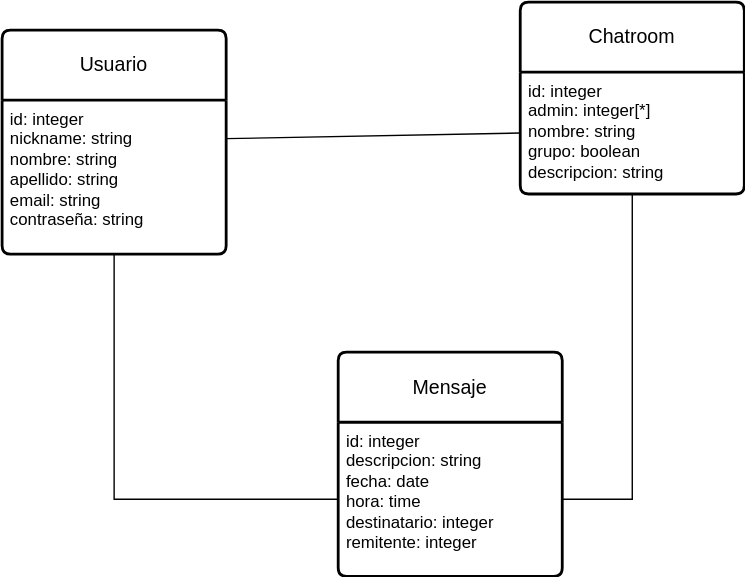
Before: docs/Modelo-Dominio.svg, a diagram exported from draw.io (Megax800/Gallium). Source tidied: cells renumbered, new cells last; positions are measured from the earlier drawing's top-left corner, leaving out a move shared by most shapes.
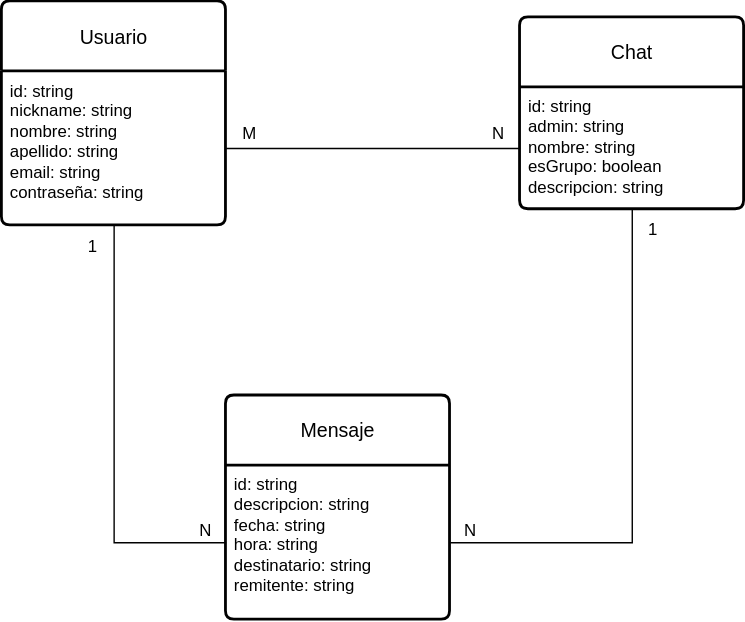
The same diagram one commit later.

Change to the diagram source:
```diff
@@ -3,9 +3,9 @@
     <mxCell id="0" />
     <mxCell id="1" parent="0" />
     <mxCell id="2" value="Usuario" style="swimlane;horizontal=1;startSize=50;rounded=1;fontSize=14;fontStyle=0;strokeWidth=2;shadow=0;dashed=0;align=center;arcSize=4;whiteSpace=wrap;html=1;" parent="1" vertex="1">
-      <mxGeometry y="20" width="160" height="160" as="geometry" />
+      <mxGeometry y="-11.5" width="160" height="160" as="geometry" />
     </mxCell>
-    <mxCell id="3" value="id: integer&lt;br&gt;nickname: string&lt;div&gt;nombre: string&lt;/div&gt;&lt;div&gt;apellido: string&lt;/div&gt;&lt;div&gt;email: string&lt;br&gt;contraseña: string&lt;/div&gt;" style="align=left;strokeColor=none;fillColor=none;spacingLeft=4;spacingRight=4;fontSize=12;verticalAlign=top;html=1;whiteSpace=wrap;" parent="2" vertex="1">
+    <mxCell id="3" value="id: string&lt;br&gt;nickname: string&lt;div&gt;nombre: string&lt;/div&gt;&lt;div&gt;apellido: string&lt;/div&gt;&lt;div&gt;email: string&lt;br&gt;contraseña: string&lt;/div&gt;" style="align=left;strokeColor=none;fillColor=none;spacingLeft=4;spacingRight=4;fontSize=12;verticalAlign=top;html=1;whiteSpace=wrap;" parent="2" vertex="1">
       <mxGeometry y="50" width="160" height="110" as="geometry" />
     </mxCell>
     <mxCell id="4" style="edgeStyle=orthogonalEdgeStyle;rounded=0;orthogonalLoop=1;jettySize=auto;html=1;" parent="1" edge="1">
@@ -14,33 +14,59 @@
       </mxGeometry>
     </mxCell>
     <mxCell id="5" value="Mensaje" style="swimlane;horizontal=1;startSize=50;rounded=1;fontSize=14;fontStyle=0;strokeWidth=2;shadow=0;dashed=0;align=center;arcSize=4;whiteSpace=wrap;html=1;" parent="1" vertex="1">
-      <mxGeometry x="240" y="250" width="160" height="160" as="geometry" />
+      <mxGeometry x="160" y="270" width="160" height="160" as="geometry" />
     </mxCell>
-    <mxCell id="6" value="id: integer&lt;div&gt;descripcion: string&lt;/div&gt;&lt;div&gt;fecha: date&lt;/div&gt;&lt;div&gt;hora: time&lt;/div&gt;&lt;div&gt;destinatario: integer&lt;/div&gt;&lt;div&gt;remitente: integer&lt;/div&gt;" style="align=left;strokeColor=none;fillColor=none;spacingLeft=4;spacingRight=4;fontSize=12;verticalAlign=top;html=1;whiteSpace=wrap;" parent="5" vertex="1">
+    <mxCell id="6" value="id: string&lt;div&gt;descripcion: string&lt;/div&gt;&lt;div&gt;fecha: string&lt;/div&gt;&lt;div&gt;hora: string&lt;/div&gt;&lt;div&gt;destinatario: string&lt;/div&gt;&lt;div&gt;remitente: string&lt;/div&gt;" style="align=left;strokeColor=none;fillColor=none;spacingLeft=4;spacingRight=4;fontSize=12;verticalAlign=top;html=1;whiteSpace=wrap;" parent="5" vertex="1">
       <mxGeometry y="50" width="160" height="110" as="geometry" />
     </mxCell>
-    <mxCell id="7" value="Chatroom" style="swimlane;horizontal=1;startSize=50;rounded=1;fontSize=14;fontStyle=0;strokeWidth=2;shadow=0;dashed=0;align=center;arcSize=4;whiteSpace=wrap;html=1;" parent="1" vertex="1">
+    <mxCell id="7" value="Chat" style="swimlane;horizontal=1;startSize=50;rounded=1;fontSize=14;fontStyle=0;strokeWidth=2;shadow=0;dashed=0;align=center;arcSize=4;whiteSpace=wrap;html=1;" parent="1" vertex="1">
       <mxGeometry x="370" width="160" height="137" as="geometry" />
     </mxCell>
-    <mxCell id="8" value="&lt;div&gt;id: integer&lt;/div&gt;&lt;div&gt;admin: integer[*]&lt;/div&gt;&lt;div&gt;nombre: string&lt;/div&gt;&lt;div&gt;grupo: boolean&lt;/div&gt;&lt;div&gt;descripcion: string&lt;/div&gt;" style="align=left;strokeColor=none;fillColor=none;spacingLeft=4;spacingRight=4;fontSize=12;verticalAlign=top;html=1;whiteSpace=wrap;" parent="7" vertex="1">
+    <mxCell id="8" value="&lt;div&gt;id: string&lt;/div&gt;&lt;div&gt;admin: string&lt;/div&gt;&lt;div&gt;nombre: string&lt;/div&gt;&lt;div&gt;esGrupo: boolean&lt;/div&gt;&lt;div&gt;descripcion: string&lt;/div&gt;" style="align=left;strokeColor=none;fillColor=none;spacingLeft=4;spacingRight=4;fontSize=12;verticalAlign=top;html=1;whiteSpace=wrap;" parent="7" vertex="1">
       <mxGeometry y="50" width="160" height="87" as="geometry" />
     </mxCell>
-    <mxCell id="9" style="endArrow=none;html=1;rounded=0;entryX=0;entryY=0.5;entryDx=0;entryDy=0;exitX=1;exitY=0.25;exitDx=0;exitDy=0;" parent="1" edge="1" source="3" target="8">
+    <mxCell id="9" style="endArrow=none;html=1;rounded=0;entryX=0;entryY=0.5;entryDx=0;entryDy=0;exitX=1;exitY=0.5;exitDx=0;exitDy=0;" parent="1" edge="1" source="3" target="8">
       <mxGeometry relative="1" as="geometry" />
     </mxCell>
-    <mxCell id="10" style="endArrow=none;html=1;rounded=0;entryX=0.5;entryY=1;entryDx=0;entryDy=0;exitX=0;exitY=0.5;exitDx=0;exitDy=0;" parent="1" edge="1" source="6" target="3">
-      <mxGeometry relative="1" as="geometry">
-        <Array as="points">
-          <mxPoint x="80" y="355" />
-        </Array>
-      </mxGeometry>
-    </mxCell>
-    <mxCell id="11" style="endArrow=none;html=1;rounded=0;entryX=0.5;entryY=1;entryDx=0;entryDy=0;exitX=1;exitY=0.5;exitDx=0;exitDy=0;" parent="1" edge="1" source="6" target="8">
-      <mxGeometry relative="1" as="geometry">
-        <Array as="points">
-          <mxPoint x="450" y="355" />
-        </Array>
-      </mxGeometry>
-    </mxCell>
+    <mxCell id="12" value="M" style="html=1;whiteSpace=wrap;align=left;verticalAlign=bottom;" parent="9" vertex="1">
+      <mxGeometry x="-1" relative="1" as="geometry">
+        <mxPoint x="10" y="-3" as="offset" />
+      </mxGeometry>
+    </mxCell>
+    <mxCell id="13" value="N" style="html=1;whiteSpace=wrap;align=right;verticalAlign=bottom;" parent="9" vertex="1">
+      <mxGeometry x="1" relative="1" as="geometry">
+        <mxPoint x="-10" y="-3" as="offset" />
+      </mxGeometry>
+    </mxCell>
+    <mxCell id="14" style="endArrow=none;html=1;rounded=0;exitX=0.5;exitY=1;exitDx=0;exitDy=0;entryX=0;entryY=0.5;entryDx=0;entryDy=0;" parent="1" edge="1" source="3" target="6">
+      <mxGeometry relative="1" as="geometry">
+        <Array as="points">
+          <mxPoint x="80" y="375" />
+        </Array>
+      </mxGeometry>
+    </mxCell>
+    <mxCell id="15" value="N" style="html=1;whiteSpace=wrap;align=right;verticalAlign=bottom;" parent="14" vertex="1">
+      <mxGeometry x="1" relative="1" as="geometry">
+        <mxPoint x="-10" as="offset" />
+      </mxGeometry>
+    </mxCell>
+    <mxCell id="16" style="endArrow=none;html=1;rounded=0;entryX=1;entryY=0.5;entryDx=0;entryDy=0;exitX=0.5;exitY=1;exitDx=0;exitDy=0;" parent="1" edge="1" source="8" target="6">
+      <mxGeometry relative="1" as="geometry">
+        <Array as="points">
+          <mxPoint x="450" y="375" />
+        </Array>
+      </mxGeometry>
+    </mxCell>
+    <mxCell id="17" value="N" style="html=1;whiteSpace=wrap;align=right;verticalAlign=bottom;" parent="16" vertex="1">
+      <mxGeometry x="1" relative="1" as="geometry">
+        <mxPoint x="20" as="offset" />
+      </mxGeometry>
+    </mxCell>
+    <mxCell id="18" value="1" style="text;html=1;whiteSpace=wrap;strokeColor=none;fillColor=none;align=center;verticalAlign=middle;rounded=0;" parent="1" vertex="1">
+      <mxGeometry x="50" y="148.5" width="30" height="30" as="geometry" />
+    </mxCell>
+    <mxCell id="19" value="1" style="text;html=1;whiteSpace=wrap;strokeColor=none;fillColor=none;align=center;verticalAlign=middle;rounded=0;" parent="1" vertex="1">
+      <mxGeometry x="450" y="137" width="30" height="30" as="geometry" />
+    </mxCell>
   </root>
 </mxGraphModel>
```
